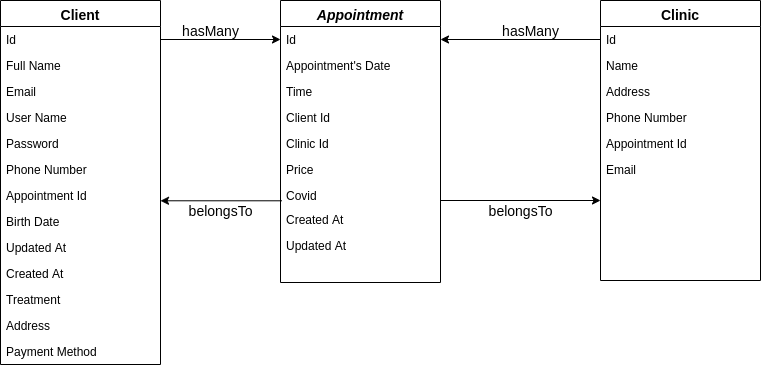
Above: clinicDiagram.png in Jesicamm/back-app-citas-sequelize (draw.io), before the change. Source tidied: cells renumbered, new cells last; positions are measured from the earlier drawing's top-left corner, leaving out a move shared by most shapes. Its diagram source:
```xml
<mxGraphModel>
  <root>
    <mxCell id="0" />
    <mxCell id="1" parent="0" />
    <mxCell id="2" value="Appointment" style="swimlane;fontStyle=3;align=center;verticalAlign=top;horizontal=1;startSize=26;rounded=0;shadow=0;strokeWidth=1;fontSize=14;" parent="1" vertex="1">
      <mxGeometry x="280" width="160" height="282" as="geometry" />
    </mxCell>
    <mxCell id="3" value="Id" style="text;align=left;verticalAlign=top;spacingLeft=4;spacingRight=4;overflow=hidden;points=[[0,0.5],[1,0.5]];portConstraint=eastwest;" parent="2" vertex="1">
      <mxGeometry y="26" width="160" height="26" as="geometry" />
    </mxCell>
    <mxCell id="4" value="Appointment's Date" style="text;align=left;verticalAlign=top;spacingLeft=4;spacingRight=4;overflow=hidden;" parent="2" vertex="1">
      <mxGeometry y="52" width="160" height="26" as="geometry" />
    </mxCell>
    <mxCell id="5" value="Time" style="text;align=left;verticalAlign=top;spacingLeft=4;spacingRight=4;overflow=hidden;rounded=0;shadow=0;html=0;" parent="2" vertex="1">
      <mxGeometry y="78" width="160" height="26" as="geometry" />
    </mxCell>
    <mxCell id="6" value="Client Id" style="text;align=left;verticalAlign=top;spacingLeft=4;spacingRight=4;overflow=hidden;rounded=0;shadow=0;html=0;" parent="2" vertex="1">
      <mxGeometry y="104" width="160" height="26" as="geometry" />
    </mxCell>
    <mxCell id="7" value="Clinic Id" style="text;align=left;verticalAlign=top;spacingLeft=4;spacingRight=4;overflow=hidden;rounded=0;shadow=0;html=0;" parent="2" vertex="1">
      <mxGeometry y="130" width="160" height="26" as="geometry" />
    </mxCell>
    <mxCell id="8" value="Price" style="text;align=left;verticalAlign=top;spacingLeft=4;spacingRight=4;overflow=hidden;rounded=0;shadow=0;html=0;" parent="2" vertex="1">
      <mxGeometry y="156" width="160" height="26" as="geometry" />
    </mxCell>
    <mxCell id="9" value="Covid" style="text;align=left;verticalAlign=top;spacingLeft=4;spacingRight=4;overflow=hidden;points=[[0,0.5],[1,0.5]];portConstraint=eastwest;rounded=0;shadow=0;html=0;" parent="2" vertex="1">
      <mxGeometry y="182" width="160" height="24" as="geometry" />
    </mxCell>
    <mxCell id="10" value="Created At" style="text;align=left;verticalAlign=top;spacingLeft=4;spacingRight=4;overflow=hidden;" parent="2" vertex="1">
      <mxGeometry y="206" width="160" height="26" as="geometry" />
    </mxCell>
    <mxCell id="11" value="Updated At" style="text;align=left;verticalAlign=top;spacingLeft=4;spacingRight=4;overflow=hidden;" parent="2" vertex="1">
      <mxGeometry y="232" width="160" height="26" as="geometry" />
    </mxCell>
    <mxCell id="12" value="Client" style="swimlane;fontStyle=1;align=center;verticalAlign=top;horizontal=1;startSize=26;rounded=0;shadow=0;strokeWidth=1;fontSize=14;" parent="1" vertex="1">
      <mxGeometry width="160" height="364" as="geometry" />
    </mxCell>
    <mxCell id="13" value="Id" style="text;align=left;verticalAlign=top;spacingLeft=4;spacingRight=4;overflow=hidden;points=[[0,0.5],[1,0.5]];portConstraint=eastwest;" parent="12" vertex="1">
      <mxGeometry y="26" width="160" height="26" as="geometry" />
    </mxCell>
    <mxCell id="14" value="Full Name" style="text;align=left;verticalAlign=top;spacingLeft=4;spacingRight=4;overflow=hidden;rounded=0;shadow=0;html=0;" parent="12" vertex="1">
      <mxGeometry y="52" width="160" height="26" as="geometry" />
    </mxCell>
    <mxCell id="15" value="Email" style="text;align=left;verticalAlign=top;spacingLeft=4;spacingRight=4;overflow=hidden;fontStyle=0;" parent="12" vertex="1">
      <mxGeometry y="78" width="160" height="26" as="geometry" />
    </mxCell>
    <mxCell id="16" value="User Name" style="text;align=left;verticalAlign=top;spacingLeft=4;spacingRight=4;overflow=hidden;" parent="12" vertex="1">
      <mxGeometry y="104" width="160" height="26" as="geometry" />
    </mxCell>
    <mxCell id="17" value="Password" style="text;align=left;verticalAlign=top;spacingLeft=4;spacingRight=4;overflow=hidden;" parent="12" vertex="1">
      <mxGeometry y="130" width="160" height="26" as="geometry" />
    </mxCell>
    <mxCell id="18" value="Phone Number" style="text;align=left;verticalAlign=top;spacingLeft=4;spacingRight=4;overflow=hidden;" parent="12" vertex="1">
      <mxGeometry y="156" width="160" height="26" as="geometry" />
    </mxCell>
    <mxCell id="19" value="Appointment Id" style="text;align=left;verticalAlign=top;spacingLeft=4;spacingRight=4;overflow=hidden;points=[[0,0.5],[1,0.5]];portConstraint=eastwest;" parent="12" vertex="1">
      <mxGeometry y="182" width="160" height="26" as="geometry" />
    </mxCell>
    <mxCell id="20" value="Birth Date" style="text;align=left;verticalAlign=top;spacingLeft=4;spacingRight=4;overflow=hidden;" parent="12" vertex="1">
      <mxGeometry y="208" width="160" height="26" as="geometry" />
    </mxCell>
    <mxCell id="21" value="Updated At" style="text;align=left;verticalAlign=top;spacingLeft=4;spacingRight=4;overflow=hidden;" parent="12" vertex="1">
      <mxGeometry y="234" width="160" height="26" as="geometry" />
    </mxCell>
    <mxCell id="22" value="Created At" style="text;align=left;verticalAlign=top;spacingLeft=4;spacingRight=4;overflow=hidden;" parent="12" vertex="1">
      <mxGeometry y="260" width="160" height="26" as="geometry" />
    </mxCell>
    <mxCell id="23" value="Treatment" style="text;align=left;verticalAlign=top;spacingLeft=4;spacingRight=4;overflow=hidden;points=[[0,0.5],[1,0.5]];portConstraint=eastwest;" parent="12" vertex="1">
      <mxGeometry y="286" width="160" height="26" as="geometry" />
    </mxCell>
    <mxCell id="24" value="Address" style="text;align=left;verticalAlign=top;spacingLeft=4;spacingRight=4;overflow=hidden;rounded=0;shadow=0;html=0;" parent="12" vertex="1">
      <mxGeometry y="312" width="160" height="26" as="geometry" />
    </mxCell>
    <mxCell id="25" value="Payment Method" style="text;align=left;verticalAlign=top;spacingLeft=4;spacingRight=4;overflow=hidden;rounded=0;shadow=0;html=0;" parent="12" vertex="1">
      <mxGeometry y="338" width="160" height="26" as="geometry" />
    </mxCell>
    <mxCell id="26" value="Clinic" style="swimlane;fontStyle=1;align=center;verticalAlign=top;horizontal=1;startSize=26;rounded=0;shadow=0;strokeWidth=1;fontSize=14;" parent="1" vertex="1">
      <mxGeometry x="600" width="160" height="280" as="geometry" />
    </mxCell>
    <mxCell id="27" value="Id" style="text;align=left;verticalAlign=top;spacingLeft=4;spacingRight=4;overflow=hidden;points=[[0,0.5],[1,0.5]];portConstraint=eastwest;" parent="26" vertex="1">
      <mxGeometry y="26" width="160" height="26" as="geometry" />
    </mxCell>
    <mxCell id="28" value="Name" style="text;align=left;verticalAlign=top;spacingLeft=4;spacingRight=4;overflow=hidden;rounded=0;shadow=0;html=0;" parent="26" vertex="1">
      <mxGeometry y="52" width="160" height="26" as="geometry" />
    </mxCell>
    <mxCell id="29" value="Address" style="text;align=left;verticalAlign=top;spacingLeft=4;spacingRight=4;overflow=hidden;rounded=0;shadow=0;html=0;" parent="26" vertex="1">
      <mxGeometry y="78" width="160" height="26" as="geometry" />
    </mxCell>
    <mxCell id="30" value="Phone Number" style="text;align=left;verticalAlign=top;spacingLeft=4;spacingRight=4;overflow=hidden;" parent="26" vertex="1">
      <mxGeometry y="104" width="160" height="26" as="geometry" />
    </mxCell>
    <mxCell id="31" value="Appointment Id" style="text;align=left;verticalAlign=top;spacingLeft=4;spacingRight=4;overflow=hidden;" parent="26" vertex="1">
      <mxGeometry y="130" width="160" height="26" as="geometry" />
    </mxCell>
    <mxCell id="32" value="Email" style="text;align=left;verticalAlign=top;spacingLeft=4;spacingRight=4;overflow=hidden;fontStyle=0;" parent="26" vertex="1">
      <mxGeometry y="156" width="160" height="26" as="geometry" />
    </mxCell>
    <mxCell id="33" style="edgeStyle=orthogonalEdgeStyle;rounded=0;jettySize=auto;html=1;exitX=1;exitY=0.5;exitDx=0;exitDy=0;entryX=0;entryY=0.5;entryDx=0;entryDy=0;" parent="1" edge="1" source="13" target="3">
      <mxGeometry relative="1" as="geometry" />
    </mxCell>
    <mxCell id="34" style="edgeStyle=orthogonalEdgeStyle;rounded=0;jettySize=auto;html=1;exitX=0;exitY=0.5;exitDx=0;exitDy=0;entryX=1;entryY=0.5;entryDx=0;entryDy=0;" parent="1" edge="1" source="27" target="3">
      <mxGeometry relative="1" as="geometry" />
    </mxCell>
    <mxCell id="35" value="hasMany" style="text;html=1;align=center;verticalAlign=middle;fontSize=14;" parent="1" vertex="1">
      <mxGeometry x="175" y="20" width="70" height="20" as="geometry" />
    </mxCell>
    <mxCell id="36" value="hasMany" style="text;html=1;align=center;verticalAlign=middle;fontSize=14;" parent="1" vertex="1">
      <mxGeometry x="495" y="20" width="70" height="20" as="geometry" />
    </mxCell>
    <mxCell id="37" value="belongsTo" style="text;html=1;align=center;verticalAlign=middle;fontSize=14;" parent="1" vertex="1">
      <mxGeometry x="180" y="200" width="80" height="20" as="geometry" />
    </mxCell>
    <mxCell id="38" value="belongsTo" style="text;html=1;align=center;verticalAlign=middle;fontSize=14;" parent="1" vertex="1">
      <mxGeometry x="480" y="200" width="80" height="20" as="geometry" />
    </mxCell>
    <mxCell id="39" style="endArrow=classic;html=1;" parent="1" edge="1">
      <mxGeometry relative="1" as="geometry">
        <mxPoint x="440" y="200" as="sourcePoint" />
        <mxPoint x="600" y="200" as="targetPoint" />
      </mxGeometry>
    </mxCell>
    <mxCell id="40" style="endArrow=classic;html=1;exitX=0.009;exitY=0.762;exitDx=0;exitDy=0;exitPerimeter=0;entryX=1;entryY=0.703;entryDx=0;entryDy=0;entryPerimeter=0;" parent="1" edge="1" source="9" target="19">
      <mxGeometry relative="1" as="geometry" />
    </mxCell>
  </root>
</mxGraphModel>
```
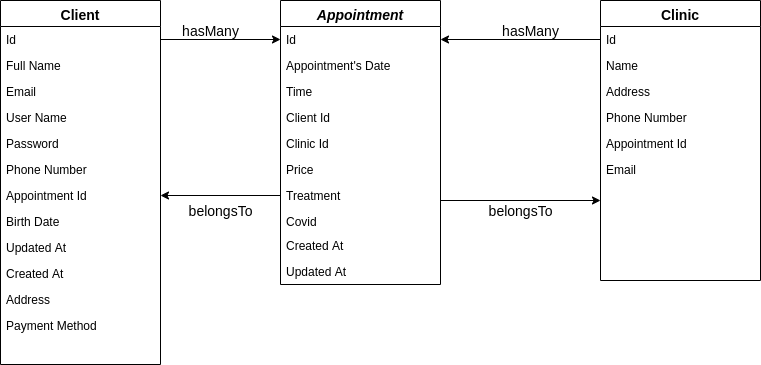
After the change.

What changed in the source:
```diff
@@ -3,7 +3,7 @@
     <mxCell id="0" />
     <mxCell id="1" parent="0" />
     <mxCell id="2" value="Appointment" style="swimlane;fontStyle=3;align=center;verticalAlign=top;horizontal=1;startSize=26;rounded=0;shadow=0;strokeWidth=1;fontSize=14;" parent="1" vertex="1">
-      <mxGeometry x="280" width="160" height="282" as="geometry" />
+      <mxGeometry x="280" width="160" height="284" as="geometry" />
     </mxCell>
     <mxCell id="3" value="Id" style="text;align=left;verticalAlign=top;spacingLeft=4;spacingRight=4;overflow=hidden;points=[[0,0.5],[1,0.5]];portConstraint=eastwest;" parent="2" vertex="1">
       <mxGeometry y="26" width="160" height="26" as="geometry" />
@@ -23,14 +23,17 @@
     <mxCell id="8" value="Price" style="text;align=left;verticalAlign=top;spacingLeft=4;spacingRight=4;overflow=hidden;rounded=0;shadow=0;html=0;" parent="2" vertex="1">
       <mxGeometry y="156" width="160" height="26" as="geometry" />
     </mxCell>
+    <mxCell id="23" value="Treatment" style="text;align=left;verticalAlign=top;spacingLeft=4;spacingRight=4;overflow=hidden;points=[[0,0.5],[1,0.5]];portConstraint=eastwest;" parent="2" vertex="1">
+      <mxGeometry y="182" width="160" height="26" as="geometry" />
+    </mxCell>
     <mxCell id="9" value="Covid" style="text;align=left;verticalAlign=top;spacingLeft=4;spacingRight=4;overflow=hidden;points=[[0,0.5],[1,0.5]];portConstraint=eastwest;rounded=0;shadow=0;html=0;" parent="2" vertex="1">
-      <mxGeometry y="182" width="160" height="24" as="geometry" />
+      <mxGeometry y="208" width="160" height="24" as="geometry" />
     </mxCell>
     <mxCell id="10" value="Created At" style="text;align=left;verticalAlign=top;spacingLeft=4;spacingRight=4;overflow=hidden;" parent="2" vertex="1">
-      <mxGeometry y="206" width="160" height="26" as="geometry" />
+      <mxGeometry y="232" width="160" height="26" as="geometry" />
     </mxCell>
     <mxCell id="11" value="Updated At" style="text;align=left;verticalAlign=top;spacingLeft=4;spacingRight=4;overflow=hidden;" parent="2" vertex="1">
-      <mxGeometry y="232" width="160" height="26" as="geometry" />
+      <mxGeometry y="258" width="160" height="26" as="geometry" />
     </mxCell>
     <mxCell id="12" value="Client" style="swimlane;fontStyle=1;align=center;verticalAlign=top;horizontal=1;startSize=26;rounded=0;shadow=0;strokeWidth=1;fontSize=14;" parent="1" vertex="1">
       <mxGeometry width="160" height="364" as="geometry" />
@@ -65,14 +68,11 @@
     <mxCell id="22" value="Created At" style="text;align=left;verticalAlign=top;spacingLeft=4;spacingRight=4;overflow=hidden;" parent="12" vertex="1">
       <mxGeometry y="260" width="160" height="26" as="geometry" />
     </mxCell>
-    <mxCell id="23" value="Treatment" style="text;align=left;verticalAlign=top;spacingLeft=4;spacingRight=4;overflow=hidden;points=[[0,0.5],[1,0.5]];portConstraint=eastwest;" parent="12" vertex="1">
-      <mxGeometry y="286" width="160" height="26" as="geometry" />
-    </mxCell>
     <mxCell id="24" value="Address" style="text;align=left;verticalAlign=top;spacingLeft=4;spacingRight=4;overflow=hidden;rounded=0;shadow=0;html=0;" parent="12" vertex="1">
-      <mxGeometry y="312" width="160" height="26" as="geometry" />
+      <mxGeometry y="286" width="160" height="26" as="geometry" />
     </mxCell>
     <mxCell id="25" value="Payment Method" style="text;align=left;verticalAlign=top;spacingLeft=4;spacingRight=4;overflow=hidden;rounded=0;shadow=0;html=0;" parent="12" vertex="1">
-      <mxGeometry y="338" width="160" height="26" as="geometry" />
+      <mxGeometry y="312" width="160" height="26" as="geometry" />
     </mxCell>
     <mxCell id="26" value="Clinic" style="swimlane;fontStyle=1;align=center;verticalAlign=top;horizontal=1;startSize=26;rounded=0;shadow=0;strokeWidth=1;fontSize=14;" parent="1" vertex="1">
       <mxGeometry x="600" width="160" height="280" as="geometry" />
@@ -119,8 +119,8 @@
         <mxPoint x="600" y="200" as="targetPoint" />
       </mxGeometry>
     </mxCell>
-    <mxCell id="40" style="endArrow=classic;html=1;exitX=0.009;exitY=0.762;exitDx=0;exitDy=0;exitPerimeter=0;entryX=1;entryY=0.703;entryDx=0;entryDy=0;entryPerimeter=0;" parent="1" edge="1" source="9" target="19">
-      <mxGeometry relative="1" as="geometry" />
-    </mxCell>
+    <mxCell id="41" style="endArrow=classic;html=1;exitX=0;exitY=0.5;exitDx=0;exitDy=0;" parent="1" edge="1" source="23" target="19">
+      <mxGeometry relative="1" as="geometry" />
+    </mxCell>
   </root>
 </mxGraphModel>
```
